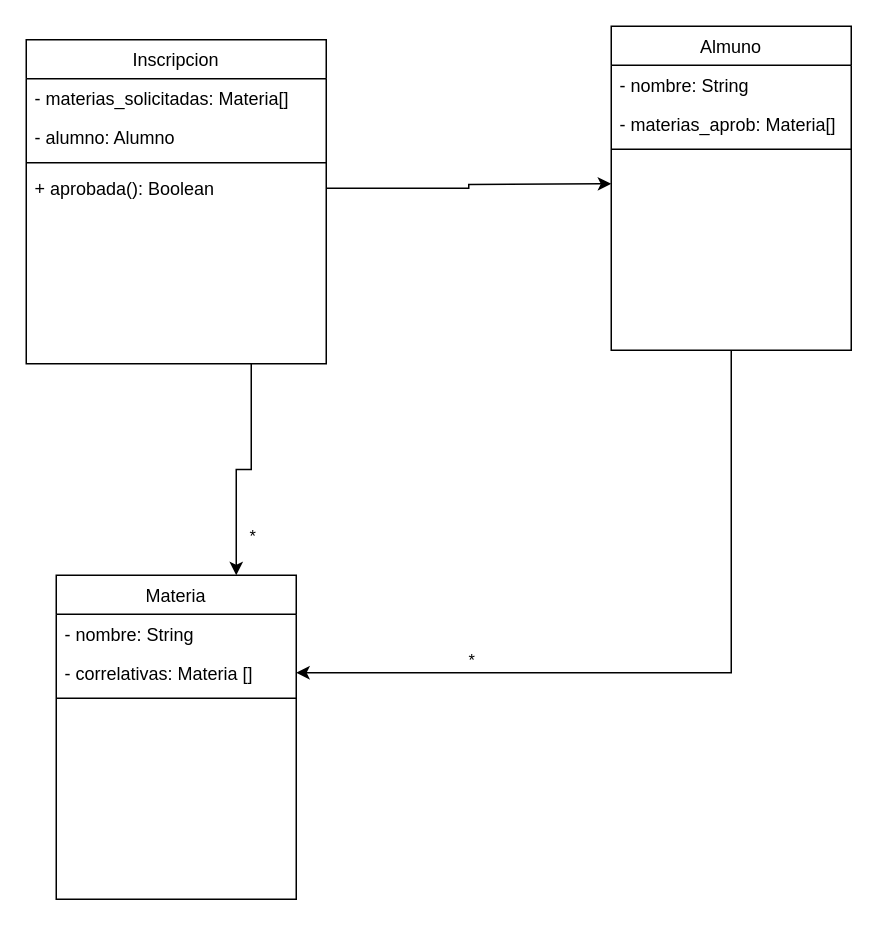
This is diagrama/Diagrama_de_clases.drawio from GFCACACE/dds2025-validador-de-correlatividades, a draw.io file, before an edit. Source tidied: cells renumbered, new cells numbered last; positions are measured from the earlier drawing's top-left corner, leaving out a move shared by most shapes. Both pictures are drawn from the tidied source at 150%, with x=0, y=0 at pixel (26, 26).
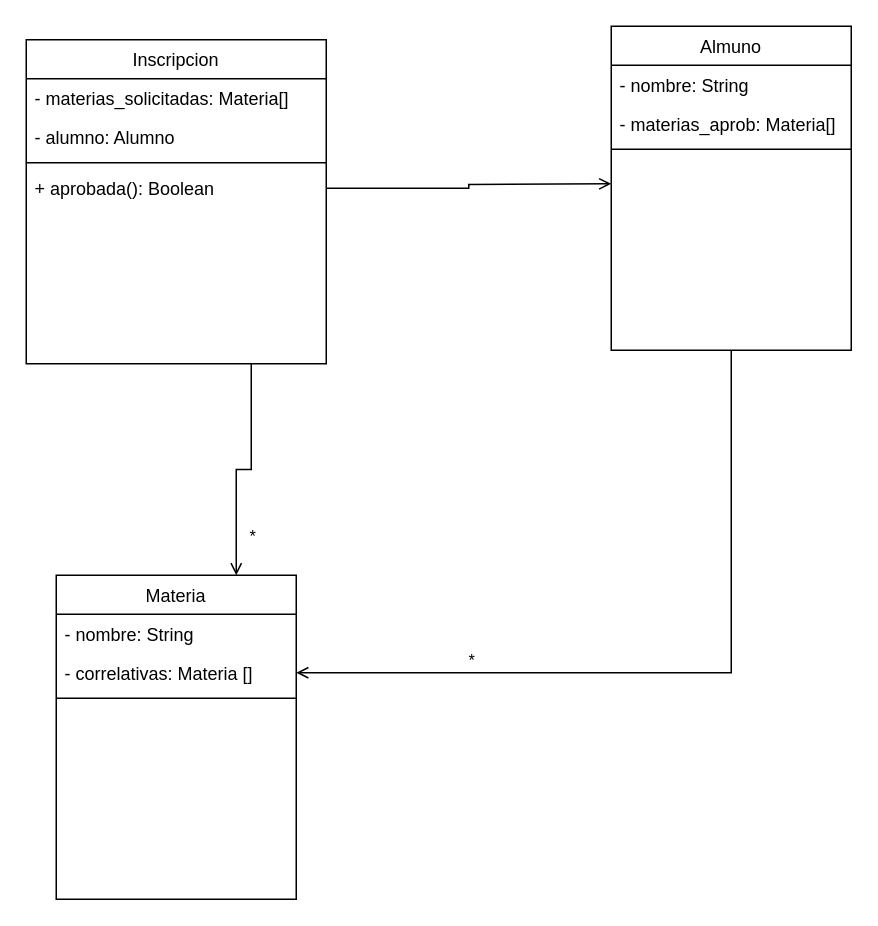
Above is the later version.

Commit message (it also covers changes not shown here):
Flechas Diagrama

Unchanged cells that the change refers to:
```xml
<mxCell id="4" value="Inscripcion" style="swimlane;fontStyle=0;align=center;verticalAlign=top;horizontal=1;startSize=26;rounded=0;shadow=0;strokeWidth=1;" parent="1" vertex="1">
  <mxGeometry y="9" width="200" height="216" as="geometry" />
</mxCell>
<mxCell id="8" value="+ aprobada(): Boolean" style="text;align=left;verticalAlign=top;spacingLeft=4;spacingRight=4;overflow=hidden;points=[[0,0.5],[1,0.5]];portConstraint=eastwest;" parent="4" vertex="1">
  <mxGeometry y="86" width="200" height="26" as="geometry" />
</mxCell>
<mxCell id="11" value="Almuno" style="swimlane;fontStyle=0;align=center;verticalAlign=top;horizontal=1;startSize=26;rounded=0;shadow=0;strokeWidth=1;" parent="1" vertex="1">
  <mxGeometry x="390" width="160" height="216" as="geometry" />
</mxCell>
<mxCell id="15" value="Materia" style="swimlane;fontStyle=0;align=center;verticalAlign=top;horizontal=1;startSize=26;rounded=0;shadow=0;strokeWidth=1;" parent="1" vertex="1">
  <mxGeometry x="20" y="366" width="160" height="216" as="geometry" />
</mxCell>
<mxCell id="17" value="- correlativas: Materia []" style="text;align=left;verticalAlign=top;spacingLeft=4;spacingRight=4;overflow=hidden;points=[[0,0.5],[1,0.5]];portConstraint=eastwest;" parent="15" vertex="1">
  <mxGeometry y="52" width="160" height="26" as="geometry" />
</mxCell>
```

Change to the diagram source:
```diff
@@
-    <mxCell id="2" style="edgeStyle=orthogonalEdgeStyle;rounded=0;jettySize=auto;html=1;exitX=0.75;exitY=1;exitDx=0;exitDy=0;entryX=0.75;entryY=0;entryDx=0;entryDy=0;" parent="1" edge="1" source="4" target="15">
+    <mxCell id="2" style="edgeStyle=orthogonalEdgeStyle;rounded=0;jettySize=auto;html=1;exitX=0.75;exitY=1;exitDx=0;exitDy=0;entryX=0.75;entryY=0;entryDx=0;entryDy=0;endArrow=open;endFill=0;" parent="1" edge="1" source="4" target="15">
       <mxGeometry relative="1" as="geometry" />
     </mxCell>
@@
-    <mxCell id="9" style="edgeStyle=orthogonalEdgeStyle;rounded=0;jettySize=auto;html=1;entryX=1;entryY=0.5;entryDx=0;entryDy=0;" parent="1" edge="1" source="11" target="17">
+    <mxCell id="9" style="edgeStyle=orthogonalEdgeStyle;rounded=0;jettySize=auto;html=1;entryX=1;entryY=0.5;entryDx=0;entryDy=0;endArrow=open;endFill=0;" parent="1" edge="1" source="11" target="17">
       <mxGeometry relative="1" as="geometry" />
     </mxCell>
@@
-    <mxCell id="19" style="edgeStyle=orthogonalEdgeStyle;rounded=0;jettySize=auto;html=1;exitX=1;exitY=0.5;exitDx=0;exitDy=0;" parent="1" edge="1" source="8">
+    <mxCell id="19" style="edgeStyle=orthogonalEdgeStyle;rounded=0;jettySize=auto;html=1;exitX=1;exitY=0.5;exitDx=0;exitDy=0;endArrow=open;endFill=0;" parent="1" edge="1" source="8">
       <mxGeometry relative="1" as="geometry">
         <mxPoint x="390" y="105" as="targetPoint" />
       </mxGeometry>
     </mxCell>
```
